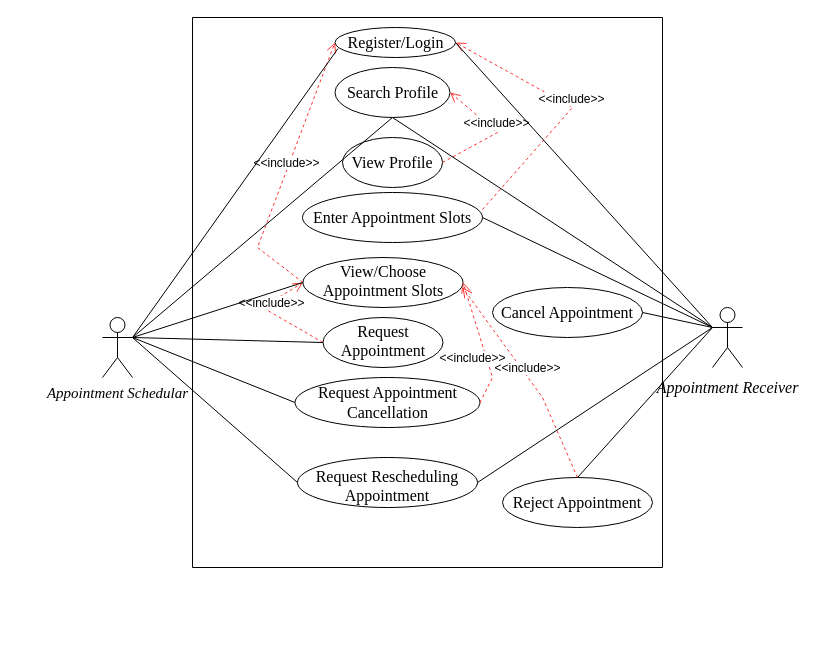
Above: UseCase v1.1.drawio in Yash7200/CP-1 (draw.io), before the change. Source tidied: cells renumbered, new cells numbered last; positions are measured from the earlier drawing's top-left corner, leaving out a move shared by most shapes. Both pictures are drawn from the tidied source at 100%, with x=0, y=0 at pixel (102, 17).
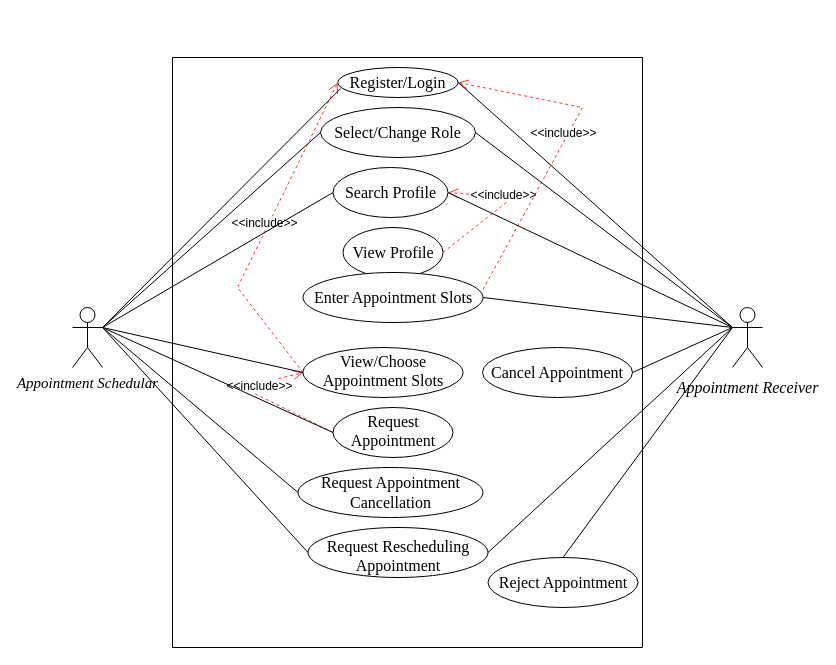
After the change.

Change to the diagram source:
```diff
@@
     <mxCell id="2" value="Appointment Schedular" style="shape=umlActor;verticalLabelPosition=bottom;verticalAlign=top;outlineConnect=0;fontFamily=Times New Roman;html=1;fontSize=15;horizontal=1;fontStyle=2;" parent="1" vertex="1">
-      <mxGeometry y="300" width="30" height="60" as="geometry" />
+      <mxGeometry x="-30" y="290" width="30" height="60" as="geometry" />
     </mxCell>
     <mxCell id="3" style="swimlane;startSize=0;" parent="1" vertex="1">
-      <mxGeometry x="90" width="470" height="550" as="geometry" />
+      <mxGeometry x="70" y="40" width="470" height="590" as="geometry" />
     </mxCell>
     <mxCell id="4" value="&lt;div&gt;Search Profile&lt;/div&gt;" style="ellipse;whiteSpace=wrap;html=1;fontFamily=Times New Roman;fontSize=16;" parent="3" vertex="1">
-      <mxGeometry x="142.5" y="50" width="115" height="50" as="geometry" />
+      <mxGeometry x="160.5" y="110" width="115" height="50" as="geometry" />
     </mxCell>
     <mxCell id="5" value="&lt;div&gt;View Profile&lt;/div&gt;" style="ellipse;whiteSpace=wrap;html=1;fontFamily=Times New Roman;fontSize=16;verticalAlign=middle;" parent="3" vertex="1">
-      <mxGeometry x="150" y="120" width="100" height="50" as="geometry" />
+      <mxGeometry x="170.5" y="170" width="100" height="50" as="geometry" />
     </mxCell>
     <mxCell id="6" value="Reject Appointment" style="ellipse;whiteSpace=wrap;html=1;fontFamily=Times New Roman;fontSize=16;verticalAlign=middle;" parent="3" vertex="1">
-      <mxGeometry x="310" y="460" width="150" height="50" as="geometry" />
+      <mxGeometry x="315.5" y="500" width="150" height="50" as="geometry" />
     </mxCell>
     <mxCell id="7" value="Request Rescheduling Appointment" style="ellipse;whiteSpace=wrap;html=1;fontFamily=Times New Roman;fontSize=16;verticalAlign=bottom;" parent="3" vertex="1">
-      <mxGeometry x="105" y="440" width="180" height="50" as="geometry" />
+      <mxGeometry x="135.5" y="470" width="180" height="50" as="geometry" />
     </mxCell>
     <mxCell id="8" value="Request Appointment Cancellation" style="ellipse;whiteSpace=wrap;html=1;fontFamily=Times New Roman;fontSize=16;" parent="3" vertex="1">
-      <mxGeometry x="102.5" y="360" width="185" height="50" as="geometry" />
+      <mxGeometry x="125.5" y="410" width="185" height="50" as="geometry" />
     </mxCell>
     <mxCell id="9" value="Enter Appointment Slots" style="ellipse;whiteSpace=wrap;html=1;fontFamily=Times New Roman;fontSize=16;verticalAlign=middle;" parent="3" vertex="1">
-      <mxGeometry x="110" y="175" width="180" height="50" as="geometry" />
+      <mxGeometry x="130.5" y="215" width="180" height="50" as="geometry" />
     </mxCell>
     <mxCell id="10" value="Register/Login" style="ellipse;whiteSpace=wrap;html=1;fontFamily=Times New Roman;fontSize=16;verticalAlign=middle;spacing=0;" parent="3" vertex="1">
-      <mxGeometry x="142.5" y="10" width="120.5" height="30" as="geometry" />
+      <mxGeometry x="165.2" y="10" width="120.5" height="30" as="geometry" />
     </mxCell>
     <mxCell id="11" value="&amp;lt;&amp;lt;include&amp;gt;&amp;gt;" style="verticalAlign=bottom;endArrow=open;dashed=1;endSize=8;rounded=0;fontSize=12;entryX=1;entryY=0.5;entryDx=0;entryDy=0;fontColor=#000000;labelBorderColor=none;html=1;strokeColor=#FF3333;exitX=1;exitY=0.5;exitDx=0;exitDy=0;" parent="3" edge="1" source="5" target="4">
       <mxGeometry relative="1" as="geometry">
         <Array as="points">
-          <mxPoint x="305" y="115" />
+          <mxPoint x="340" y="140" />
         </Array>
       </mxGeometry>
     </mxCell>
     <mxCell id="12" value="View/Choose Appointment Slots" style="ellipse;whiteSpace=wrap;html=1;fontFamily=Times New Roman;fontSize=16;verticalAlign=top;spacing=0;" parent="3" vertex="1">
-      <mxGeometry x="110.5" y="240" width="160" height="50" as="geometry" />
+      <mxGeometry x="130.5" y="290" width="160" height="50" as="geometry" />
     </mxCell>
     <mxCell id="13" value="Request Appointment" style="ellipse;whiteSpace=wrap;html=1;fontFamily=Times New Roman;fontSize=16;verticalAlign=top;spacing=0;" parent="3" vertex="1">
-      <mxGeometry x="130.5" y="300" width="120" height="50" as="geometry" />
+      <mxGeometry x="160.5" y="350" width="120" height="50" as="geometry" />
     </mxCell>
     <mxCell id="14" value="Cancel Appointment" style="ellipse;whiteSpace=wrap;html=1;fontFamily=Times New Roman;fontSize=16;verticalAlign=middle;" parent="3" vertex="1">
-      <mxGeometry x="300" y="270" width="150" height="50" as="geometry" />
+      <mxGeometry x="310" y="290" width="150" height="50" as="geometry" />
     </mxCell>
     <mxCell id="15" value="&amp;lt;&amp;lt;include&amp;gt;&amp;gt;" style="verticalAlign=bottom;endArrow=open;dashed=1;endSize=8;rounded=0;fontSize=12;entryX=1;entryY=0.5;entryDx=0;entryDy=0;fontColor=#000000;labelBorderColor=none;html=1;strokeColor=#FF3333;exitX=1;exitY=0.34;exitDx=0;exitDy=0;exitPerimeter=0;" parent="3" edge="1" source="9" target="10">
       <mxGeometry relative="1" as="geometry">
         <Array as="points">
-          <mxPoint x="380" y="90" />
+          <mxPoint x="410" y="50" />
         </Array>
       </mxGeometry>
     </mxCell>
@@
     <mxCell id="17" value="&amp;lt;&amp;lt;include&amp;gt;&amp;gt;" style="verticalAlign=bottom;endArrow=open;dashed=1;endSize=8;rounded=0;fontSize=12;entryX=0;entryY=0.5;entryDx=0;entryDy=0;fontColor=#000000;labelBorderColor=none;html=1;strokeColor=#FF3333;exitX=0;exitY=0.5;exitDx=0;exitDy=0;" parent="3" edge="1" source="13" target="12">
       <mxGeometry relative="1" as="geometry">
         <Array as="points">
-          <mxPoint x="70" y="290" />
+          <mxPoint x="70" y="330" />
         </Array>
       </mxGeometry>
     </mxCell>
-    <mxCell id="18" value="&amp;lt;&amp;lt;include&amp;gt;&amp;gt;" style="verticalAlign=bottom;endArrow=open;dashed=1;endSize=8;rounded=0;fontSize=12;entryX=1;entryY=0.5;entryDx=0;entryDy=0;fontColor=#000000;labelBorderColor=none;html=1;strokeColor=#FF3333;exitX=1;exitY=0.5;exitDx=0;exitDy=0;" parent="3" edge="1" source="8" target="12">
-      <mxGeometry x="-0.32" y="16" relative="1" as="geometry">
-        <Array as="points">
-          <mxPoint x="300" y="360" />
-        </Array>
-      </mxGeometry>
-    </mxCell>
-    <mxCell id="19" value="&amp;lt;&amp;lt;include&amp;gt;&amp;gt;" style="verticalAlign=bottom;endArrow=open;dashed=1;endSize=8;rounded=0;fontSize=12;fontColor=#000000;labelBorderColor=none;html=1;strokeColor=#FF3333;exitX=0.5;exitY=0;exitDx=0;exitDy=0;" parent="3" edge="1" source="6">
-      <mxGeometry relative="1" as="geometry">
-        <mxPoint x="270" y="270" as="targetPoint" />
-        <Array as="points">
-          <mxPoint x="350" y="380" />
-        </Array>
-      </mxGeometry>
-    </mxCell>
+    <mxCell id="34" value="&lt;div&gt;Select/Change Role&lt;br&gt;&lt;/div&gt;" style="ellipse;whiteSpace=wrap;html=1;fontFamily=Times New Roman;fontSize=16;verticalAlign=middle;" parent="3" vertex="1">
+      <mxGeometry x="148" y="50" width="155" height="50" as="geometry" />
+    </mxCell>
     <mxCell id="20" value="&lt;div&gt;Appointment Receiver&lt;/div&gt;&lt;div&gt;&lt;br&gt;&lt;/div&gt;" style="shape=umlActor;verticalLabelPosition=bottom;verticalAlign=middle;html=1;fontFamily=Times New Roman;fontSize=16;horizontal=1;fontStyle=2;" parent="1" vertex="1">
-      <mxGeometry x="610" y="290" width="30" height="60" as="geometry" />
+      <mxGeometry x="630" y="290" width="30" height="60" as="geometry" />
     </mxCell>
@@
-    <mxCell id="24" style="endArrow=none;html=1;rounded=0;fontFamily=Times New Roman;fontSize=15;fontColor=#FF3333;exitX=1;exitY=0.3333333333333333;exitDx=0;exitDy=0;exitPerimeter=0;entryX=0.5;entryY=1;entryDx=0;entryDy=0;" parent="1" edge="1" source="2" target="4">
+    <mxCell id="24" style="endArrow=none;html=1;rounded=0;fontFamily=Times New Roman;fontSize=15;fontColor=#FF3333;exitX=1;exitY=0.3333333333333333;exitDx=0;exitDy=0;exitPerimeter=0;entryX=0;entryY=0.5;entryDx=0;entryDy=0;" parent="1" edge="1" source="2" target="4">
       <mxGeometry relative="1" as="geometry" />
     </mxCell>
-    <mxCell id="25" style="endArrow=none;html=1;rounded=0;fontFamily=Times New Roman;fontSize=15;fontColor=#FF3333;entryX=0;entryY=0.3333333333333333;entryDx=0;entryDy=0;entryPerimeter=0;exitX=0.5;exitY=1;exitDx=0;exitDy=0;" parent="1" edge="1" source="4" target="20">
+    <mxCell id="25" style="endArrow=none;html=1;rounded=0;fontFamily=Times New Roman;fontSize=15;fontColor=#FF3333;entryX=0;entryY=0.3333333333333333;entryDx=0;entryDy=0;entryPerimeter=0;exitX=1;exitY=0.5;exitDx=0;exitDy=0;" parent="1" edge="1" source="4" target="20">
       <mxGeometry relative="1" as="geometry" />
     </mxCell>
@@
-    <mxCell id="33" style="edgeStyle=orthogonalEdgeStyle;rounded=0;jettySize=auto;html=1;exitX=0;exitY=0.5;exitDx=0;exitDy=0;labelBorderColor=none;strokeColor=#000000;fontSize=15;fontColor=#000000;" parent="1" edge="1" source="10">
-      <mxGeometry relative="1" as="geometry">
-        <mxPoint x="233" y="25" as="targetPoint" />
-      </mxGeometry>
-    </mxCell>
+    <mxCell id="35" style="endArrow=none;html=1;rounded=0;fontFamily=Times New Roman;fontSize=15;fontColor=#FF3333;entryX=1;entryY=0.3333333333333333;entryDx=0;entryDy=0;entryPerimeter=0;exitX=0;exitY=0.5;exitDx=0;exitDy=0;" parent="1" edge="1" source="34" target="2">
+      <mxGeometry relative="1" as="geometry" />
+    </mxCell>
+    <mxCell id="36" style="endArrow=none;html=1;rounded=0;fontFamily=Times New Roman;fontSize=15;fontColor=#FF3333;entryX=1;entryY=0.5;entryDx=0;entryDy=0;exitX=0;exitY=0.3333333333333333;exitDx=0;exitDy=0;exitPerimeter=0;" parent="1" edge="1" source="20" target="34">
+      <mxGeometry relative="1" as="geometry" />
+    </mxCell>
```
